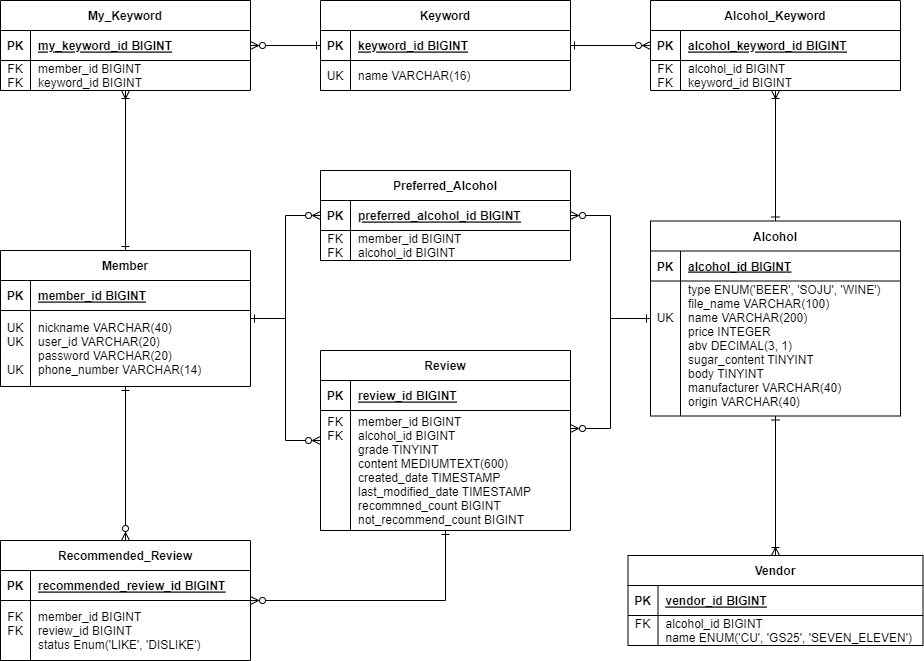
Above: pyeonsool-table.png in great-sprout/PyeonSool (draw.io), before the change. Source tidied: cells renumbered, new cells last; positions are measured from the earlier drawing's top-left corner, leaving out a move shared by most shapes.
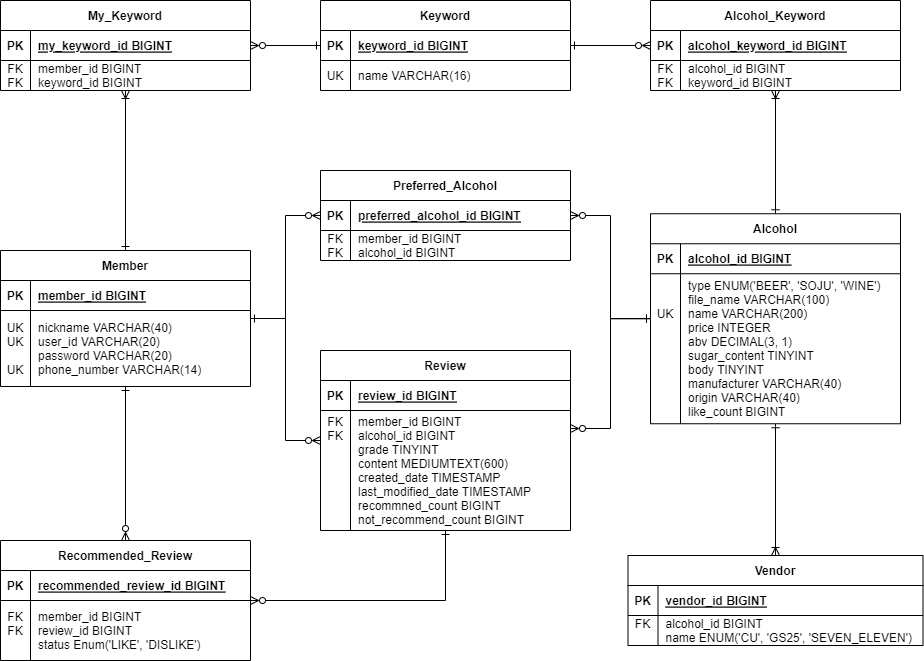
The same file after the commit.

Commit message:
feat: like 버튼 클릭 시 alcohol에 likeCount 값 변경 (#248)

What changed in the source:
```diff
@@ -10,7 +10,7 @@
       </mxGeometry>
     </mxCell>
     <mxCell id="3" value="Alcohol" style="shape=table;startSize=30;rowLines=0;fontStyle=1;align=center;" parent="1" vertex="1">
-      <mxGeometry x="650" y="220.5" width="250" height="195" as="geometry" />
+      <mxGeometry x="650" y="213.2" width="250" height="210" as="geometry" />
     </mxCell>
     <mxCell id="4" style="shape=partialRectangle;fillColor=none;top=0;left=0;right=0;bottom=1;" parent="3" vertex="1">
       <mxGeometry y="30" width="250" height="30" as="geometry" />
@@ -22,13 +22,13 @@
       <mxGeometry x="30" width="220" height="30" as="geometry" />
     </mxCell>
     <mxCell id="7" style="shape=partialRectangle;fillColor=none;top=0;left=0;right=0;bottom=0;" parent="3" vertex="1">
-      <mxGeometry y="60" width="250" height="135" as="geometry" />
+      <mxGeometry y="60" width="250" height="150" as="geometry" />
     </mxCell>
     <mxCell id="8" value="&#10;&#10;UK&#10;&#10;&#10;&#10;&#10;&#10;&#10;" style="shape=partialRectangle;overflow=hidden;fillColor=none;top=0;left=0;bottom=0;right=0;" parent="7" vertex="1">
-      <mxGeometry width="30" height="135" as="geometry" />
+      <mxGeometry width="30" height="150" as="geometry" />
     </mxCell>
-    <mxCell id="9" value="type ENUM('BEER', 'SOJU', 'WINE')&#10;file_name VARCHAR(100)&#10;name VARCHAR(200)&#10;price INTEGER&#10;abv DECIMAL(3, 1)&#10;sugar_content TINYINT &#10;body TINYINT&#10;manufacturer VARCHAR(40)&#10;origin VARCHAR(40)&#10; " style="shape=partialRectangle;overflow=hidden;fillColor=none;top=0;left=0;bottom=0;right=0;align=left;spacingLeft=6;" parent="7" vertex="1">
-      <mxGeometry x="30" width="220" height="135" as="geometry" />
+    <mxCell id="9" value="type ENUM('BEER', 'SOJU', 'WINE')&#10;file_name VARCHAR(100)&#10;name VARCHAR(200)&#10;price INTEGER&#10;abv DECIMAL(3, 1)&#10;sugar_content TINYINT &#10;body TINYINT&#10;manufacturer VARCHAR(40)&#10;origin VARCHAR(40)&#10;like_count BIGINT" style="shape=partialRectangle;overflow=hidden;fillColor=none;top=0;left=0;bottom=0;right=0;align=left;spacingLeft=6;" parent="7" vertex="1">
+      <mxGeometry x="30" width="220" height="150" as="geometry" />
     </mxCell>
     <mxCell id="10" style="edgeStyle=orthogonalEdgeStyle;rounded=0;jettySize=auto;html=1;startArrow=ERzeroToMany;startFill=0;endArrow=ERone;endFill=0;" parent="1" edge="1" source="11" target="3">
       <mxGeometry relative="1" as="geometry">
```
